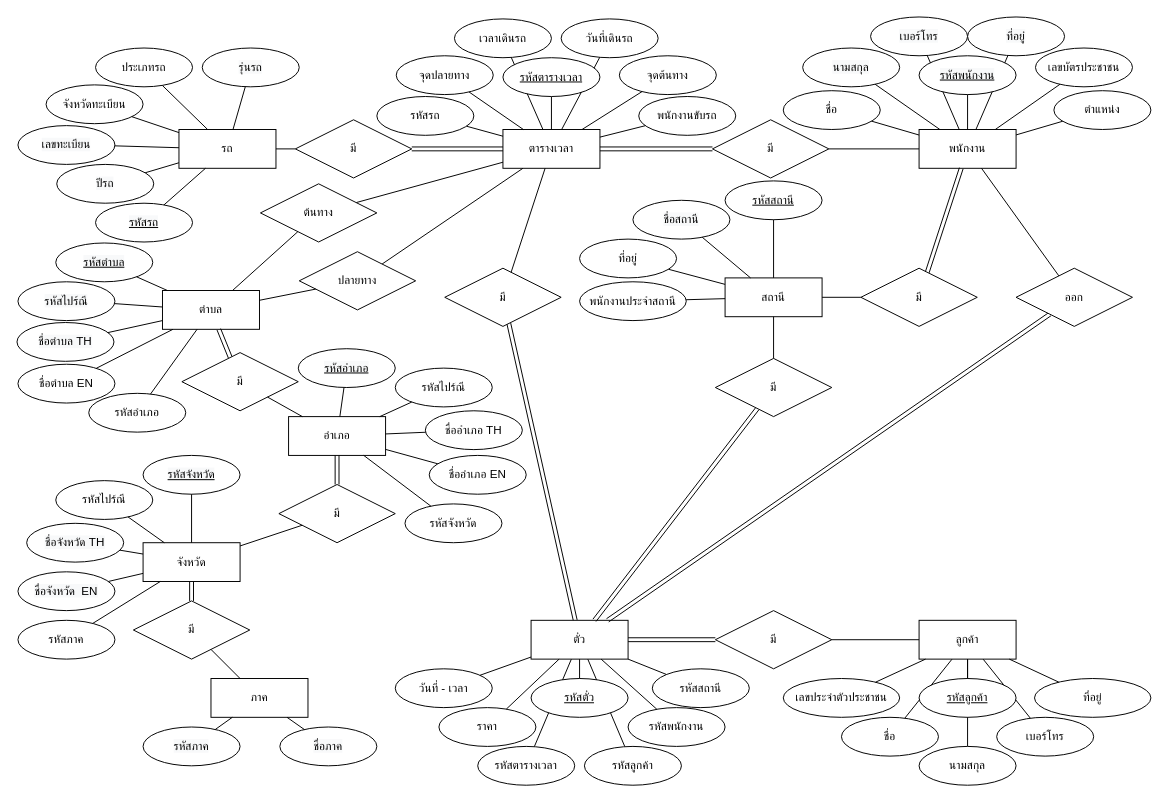
Above: ER Diagram/AllNew.drawio in rapeeza1598/DB-Project-KMUTNB (draw.io), before the change. Source tidied: cells renumbered, new cells numbered last; positions are measured from the earlier drawing's top-left corner, leaving out a move shared by most shapes. Both pictures are drawn from the tidied source at 97%, with x=0, y=0 at pixel (16, 16).
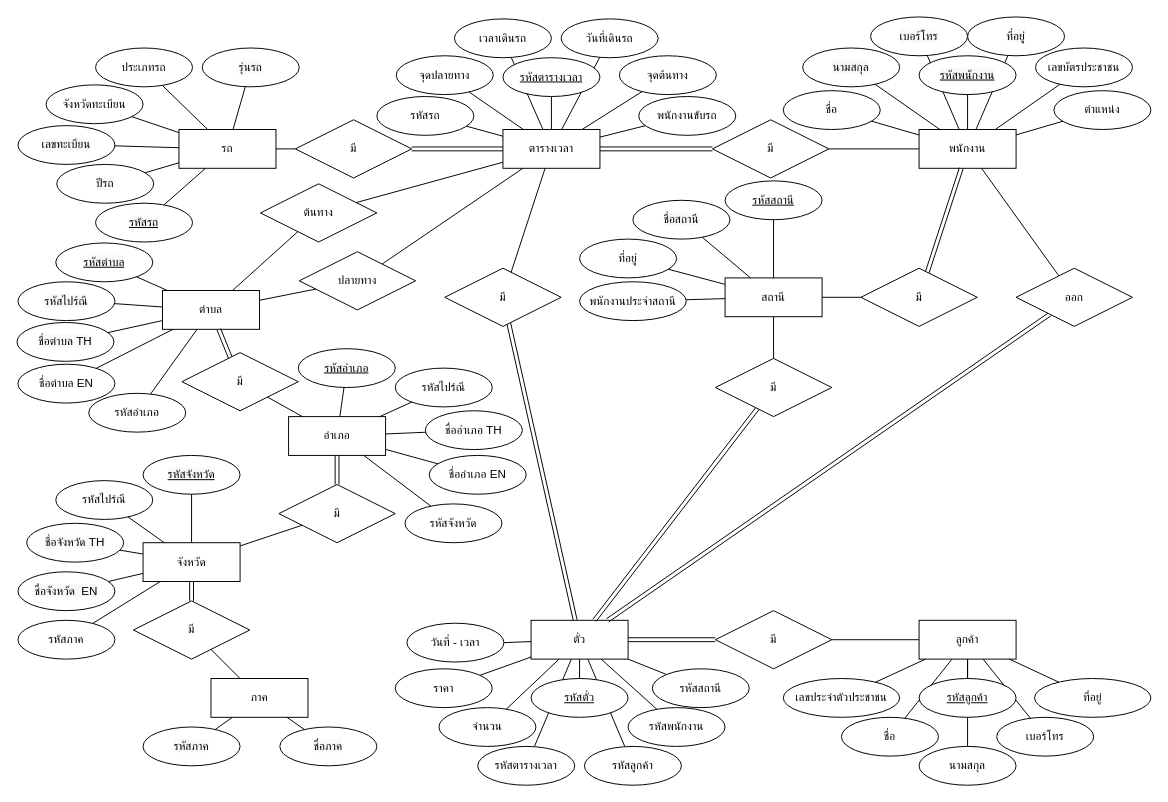
After the change.

The change refers to these unchanged cells:
```xml
<mxCell id="15" value="ตั๋ว" style="whiteSpace=wrap;html=1;align=center;" parent="1" vertex="1">
  <mxGeometry x="530" y="622" width="100" height="40" as="geometry" />
</mxCell>
```

What changed in the source:
```diff
@@
-    <mxCell id="43" value="&lt;span style=&quot;text-align: left;&quot;&gt;ราคา&lt;/span&gt;" style="ellipse;whiteSpace=wrap;html=1;align=center;" parent="1" vertex="1">
+    <mxCell id="43" value="&lt;div style=&quot;text-align: left;&quot;&gt;&lt;span style=&quot;background-color: initial;&quot;&gt;จำนวน&lt;/span&gt;&lt;/div&gt;" style="ellipse;whiteSpace=wrap;html=1;align=center;" parent="1" vertex="1">
       <mxGeometry x="435" y="712" width="100" height="40" as="geometry" />
     </mxCell>
@@
-    <mxCell id="48" value="&lt;span style=&quot;text-align: left;&quot;&gt;วันที่ - เวลา&lt;/span&gt;" style="ellipse;whiteSpace=wrap;html=1;align=center;" parent="1" vertex="1">
+    <mxCell id="48" value="&lt;div style=&quot;text-align: left;&quot;&gt;&lt;span style=&quot;background-color: initial;&quot;&gt;ราคา&lt;/span&gt;&lt;/div&gt;" style="ellipse;whiteSpace=wrap;html=1;align=center;" parent="1" vertex="1">
       <mxGeometry x="390" y="672" width="100" height="40" as="geometry" />
     </mxCell>
@@
+    <mxCell id="156" value="&lt;span style=&quot;text-align: left;&quot;&gt;วันที่ - เวลา&lt;/span&gt;" style="ellipse;whiteSpace=wrap;html=1;align=center;" parent="1" vertex="1">
+      <mxGeometry x="402" y="625" width="100" height="40" as="geometry" />
+    </mxCell>
+    <mxCell id="157" style="rounded=0;jettySize=auto;html=1;endArrow=none;endFill=0;entryX=1;entryY=0.5;entryDx=0;entryDy=0;" parent="1" edge="1" source="15" target="156">
+      <mxGeometry relative="1" as="geometry" />
+    </mxCell>
```
